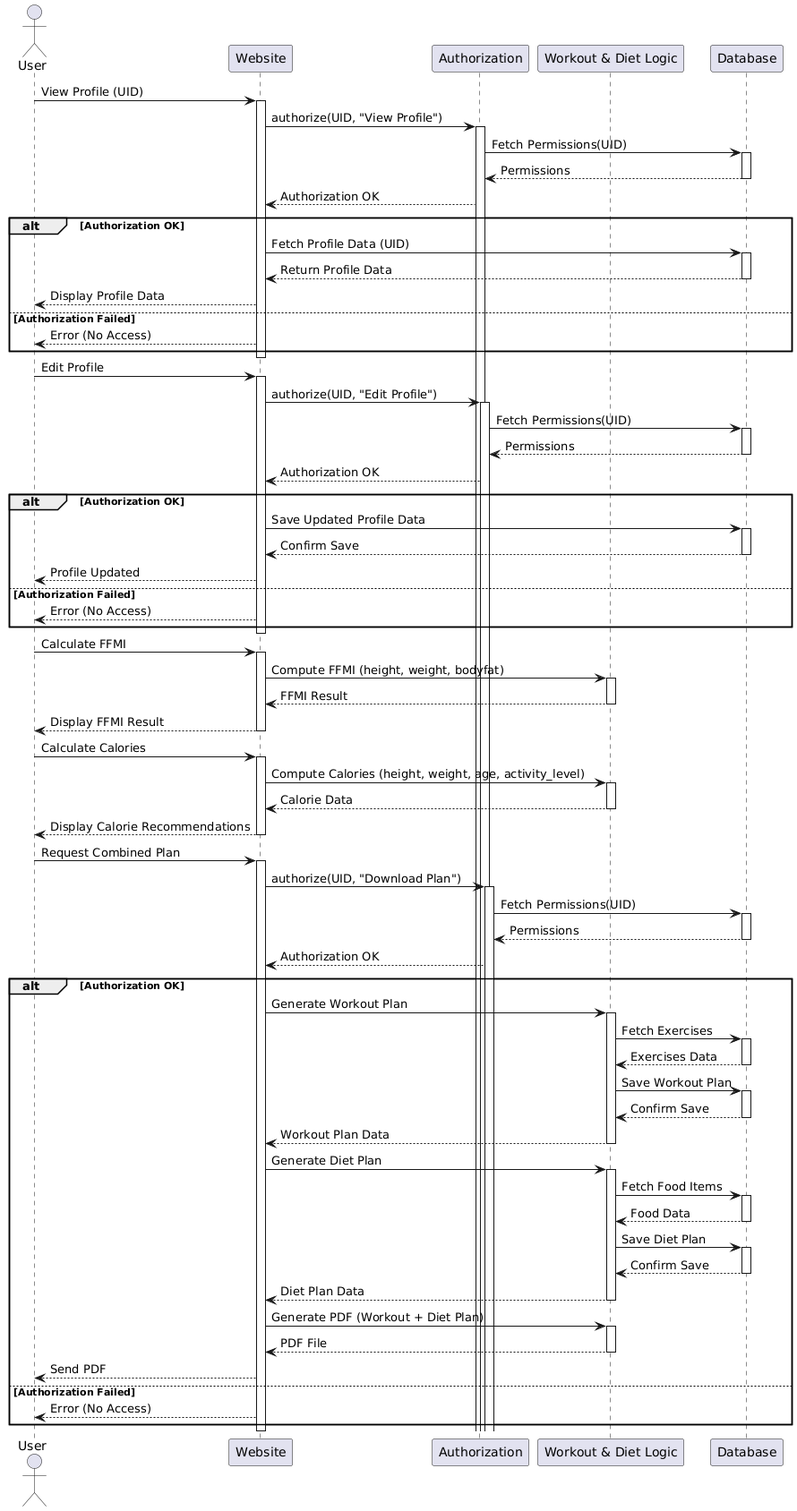
The PlantUML diagram Documentation/Diagrams/SEQUENECE_DIAGRAM.png in nasrrx/WorkoutPlanner, before a commit.
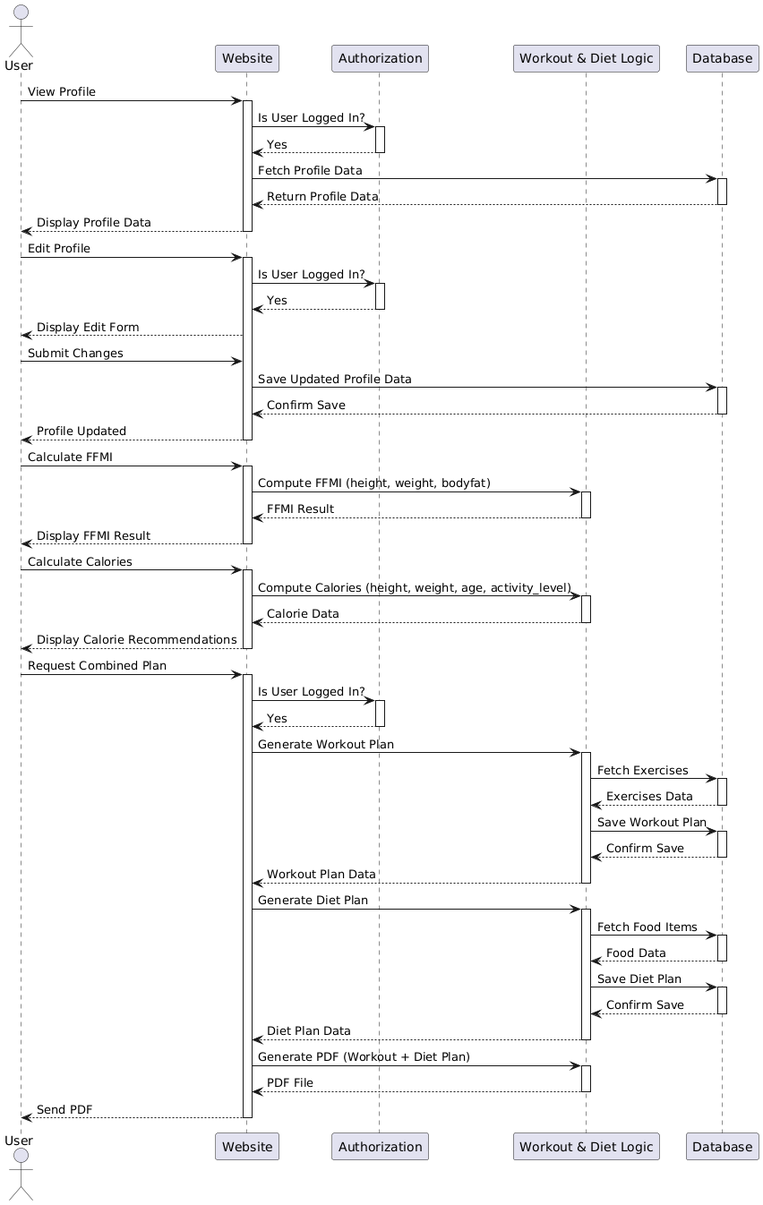
Later version of the same file.

What changed in the source:
```diff
@@ -5,44 +5,32 @@
 participant "Workout & Diet Logic" as Utils
 participant "Database" as DB
 
-User -> WA: View Profile (UID)
+User -> WA: View Profile
 activate WA
-WA -> AS: authorize(UID, "View Profile")
+WA -> AS: Is User Logged In?
 activate AS
-AS -> DB: Fetch Permissions(UID)
+AS --> WA: Yes
+deactivate AS
+WA -> DB: Fetch Profile Data
 activate DB
-DB --> AS: Permissions
+DB --> WA: Return Profile Data
 deactivate DB
-AS --> WA: Authorization OK
-alt Authorization OK
-    WA -> DB: Fetch Profile Data (UID)
-    activate DB
-    DB --> WA: Return Profile Data
-    deactivate DB
-    WA --> User: Display Profile Data
-else Authorization Failed
-    WA --> User: Error (No Access)
-end
+WA --> User: Display Profile Data
 deactivate WA
 
 User -> WA: Edit Profile
 activate WA
-WA -> AS: authorize(UID, "Edit Profile")
+WA -> AS: Is User Logged In?
 activate AS
-AS -> DB: Fetch Permissions(UID)
+AS --> WA: Yes
+deactivate AS
+WA --> User: Display Edit Form
+User -> WA: Submit Changes
+WA -> DB: Save Updated Profile Data
 activate DB
-DB --> AS: Permissions
+DB --> WA: Confirm Save
 deactivate DB
-AS --> WA: Authorization OK
-alt Authorization OK
-    WA -> DB: Save Updated Profile Data
-    activate DB
-    DB --> WA: Confirm Save
-    deactivate DB
-    WA --> User: Profile Updated
-else Authorization Failed
-    WA --> User: Error (No Access)
-end
+WA --> User: Profile Updated
 deactivate WA
 
 User -> WA: Calculate FFMI
@@ -65,47 +53,40 @@
 
 User -> WA: Request Combined Plan
 activate WA
-WA -> AS: authorize(UID, "Download Plan")
+WA -> AS: Is User Logged In?
 activate AS
-AS -> DB: Fetch Permissions(UID)
+AS --> WA: Yes
+deactivate AS
+WA -> Utils: Generate Workout Plan
+activate Utils
+Utils -> DB: Fetch Exercises
 activate DB
-DB --> AS: Permissions
+DB --> Utils: Exercises Data
 deactivate DB
-AS --> WA: Authorization OK
-alt Authorization OK
-    WA -> Utils: Generate Workout Plan
-    activate Utils
-    Utils -> DB: Fetch Exercises
-    activate DB
-    DB --> Utils: Exercises Data
-    deactivate DB
-    Utils -> DB: Save Workout Plan
-    activate DB
-    DB --> Utils: Confirm Save
-    deactivate DB
-    Utils --> WA: Workout Plan Data
-    deactivate Utils
+Utils -> DB: Save Workout Plan
+activate DB
+DB --> Utils: Confirm Save
+deactivate DB
+Utils --> WA: Workout Plan Data
+deactivate Utils
 
-    WA -> Utils: Generate Diet Plan
-    activate Utils
-    Utils -> DB: Fetch Food Items
-    activate DB
-    DB --> Utils: Food Data
-    deactivate DB
-    Utils -> DB: Save Diet Plan
-    activate DB
-    DB --> Utils: Confirm Save
-    deactivate DB
-    Utils --> WA: Diet Plan Data
-    deactivate Utils
+WA -> Utils: Generate Diet Plan
+activate Utils
+Utils -> DB: Fetch Food Items
+activate DB
+DB --> Utils: Food Data
+deactivate DB
+Utils -> DB: Save Diet Plan
+activate DB
+DB --> Utils: Confirm Save
+deactivate DB
+Utils --> WA: Diet Plan Data
+deactivate Utils
 
-    WA -> Utils: Generate PDF (Workout + Diet Plan)
-    activate Utils
-    Utils --> WA: PDF File
-    deactivate Utils
-    WA --> User: Send PDF
-else Authorization Failed
-    WA --> User: Error (No Access)
-end
+WA -> Utils: Generate PDF (Workout + Diet Plan)
+activate Utils
+Utils --> WA: PDF File
+deactivate Utils
+WA --> User: Send PDF
 deactivate WA
 @enduml
```
